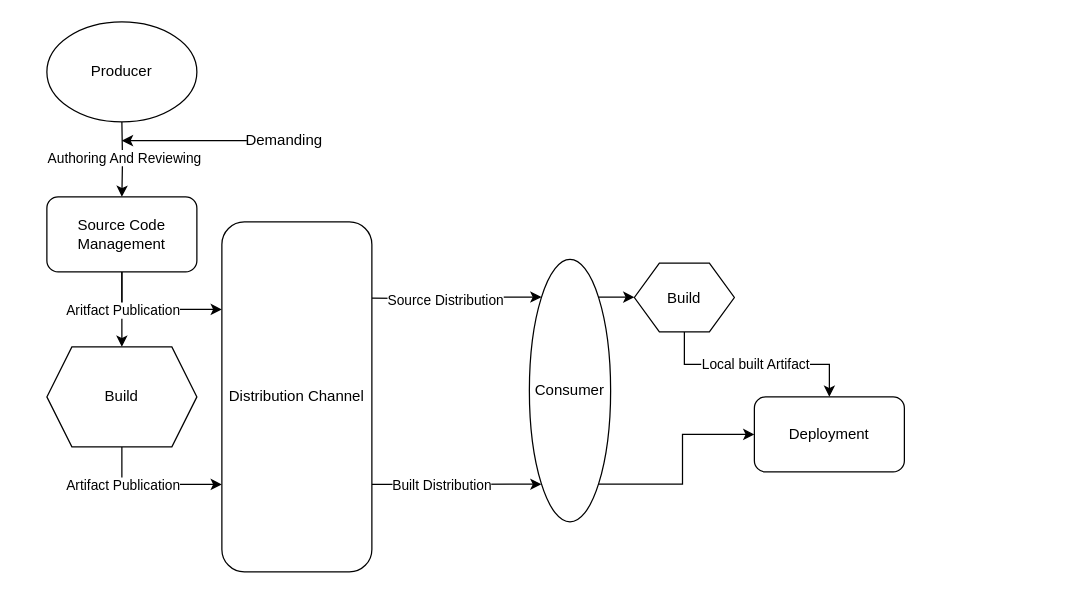
Earlier version of the draw.io diagram 供应链.drawio (npc1054657282/diagram). Source tidied: cells renumbered, new cells numbered last; positions are measured from the earlier drawing's top-left corner, leaving out a move shared by most shapes. Both pictures are drawn from the tidied source at 125%, with x=0, y=0 at pixel (46, 21).
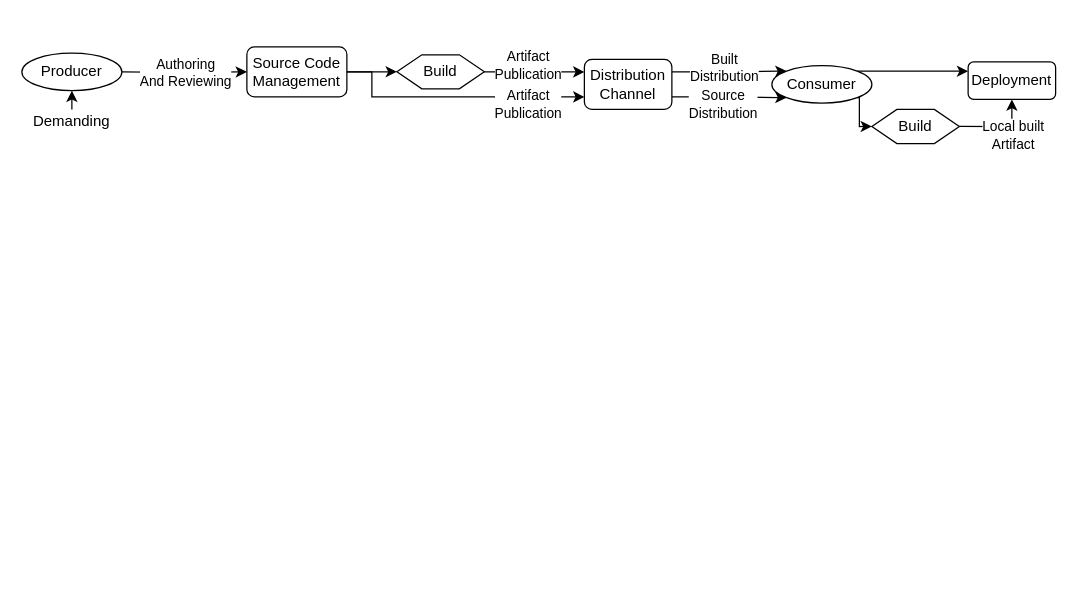
After the change.

Commit message:
更新供应链.drawio

What changed in the source:
```diff
@@
-    <mxCell id="2" style="edgeStyle=orthogonalEdgeStyle;rounded=0;jettySize=auto;html=1;exitX=0.5;exitY=1;exitDx=0;exitDy=0;entryX=0.5;entryY=0;entryDx=0;entryDy=0;" parent="1" edge="1" target="7">
-      <mxGeometry relative="1" as="geometry">
-        <mxPoint x="60" y="80" as="sourcePoint" />
-      </mxGeometry>
-    </mxCell>
-    <mxCell id="3" value="Authoring And Reviewing" style="edgeLabel;html=1;align=center;verticalAlign=middle;" parent="2" vertex="1">
-      <mxGeometry x="-0.05" y="1" relative="1" as="geometry" />
-    </mxCell>
-    <mxCell id="4" style="edgeStyle=orthogonalEdgeStyle;rounded=0;jettySize=auto;html=1;exitX=0.5;exitY=1;exitDx=0;exitDy=0;entryX=0.5;entryY=0;entryDx=0;entryDy=0;" parent="1" edge="1" source="7" target="12">
+    <mxCell id="4" style="edgeStyle=orthogonalEdgeStyle;rounded=0;jettySize=auto;html=1;exitX=1;exitY=0.5;exitDx=0;exitDy=0;entryX=0;entryY=0.5;entryDx=0;entryDy=0;" parent="1" edge="1" source="7" target="12">
       <mxGeometry relative="1" as="geometry" />
     </mxCell>
-    <mxCell id="5" style="edgeStyle=orthogonalEdgeStyle;rounded=0;jettySize=auto;html=1;exitX=0.5;exitY=1;exitDx=0;exitDy=0;entryX=0;entryY=0.25;entryDx=0;entryDy=0;" parent="1" edge="1" source="7" target="17">
-      <mxGeometry relative="1" as="geometry" />
+    <mxCell id="5" style="edgeStyle=orthogonalEdgeStyle;rounded=0;jettySize=auto;html=1;exitX=1;exitY=0.5;exitDx=0;exitDy=0;entryX=0;entryY=0.75;entryDx=0;entryDy=0;" parent="1" edge="1" source="7" target="17">
+      <mxGeometry relative="1" as="geometry">
+        <Array as="points">
+          <mxPoint x="260" y="40" />
+          <mxPoint x="260" y="60" />
+        </Array>
+      </mxGeometry>
     </mxCell>
-    <mxCell id="6" value="Aritfact Publication" style="edgeLabel;html=1;align=center;verticalAlign=middle;" parent="5" vertex="1">
-      <mxGeometry x="0.09" y="-1" relative="1" as="geometry">
-        <mxPoint x="-30" y="-1" as="offset" />
-      </mxGeometry>
-    </mxCell>
     <mxCell id="7" value="Source Code Management" style="rounded=1;whiteSpace=wrap;html=1;" parent="1" vertex="1">
-      <mxGeometry y="140" width="120" height="60" as="geometry" />
+      <mxGeometry x="160" y="20" width="80" height="40" as="geometry" />
     </mxCell>
-    <mxCell id="8" style="edgeStyle=orthogonalEdgeStyle;rounded=0;jettySize=auto;html=1;exitX=0;exitY=0.5;exitDx=0;exitDy=0;" parent="1" edge="1" source="9">
-      <mxGeometry relative="1" as="geometry">
-        <mxPoint x="60" y="95" as="targetPoint" />
-      </mxGeometry>
-    </mxCell>
+    <mxCell id="26" style="edgeStyle=orthogonalEdgeStyle;rounded=0;jettySize=auto;html=1;exitX=0.5;exitY=0;exitDx=0;exitDy=0;entryX=0.5;entryY=1;entryDx=0;entryDy=0;" parent="1" edge="1" source="9" target="21">
+      <mxGeometry relative="1" as="geometry" />
+    </mxCell>
     <mxCell id="9" value="Demanding" style="text;html=1;whiteSpace=wrap;strokeColor=none;fillColor=none;align=center;verticalAlign=middle;rounded=0;" parent="1" vertex="1">
-      <mxGeometry x="160" y="80" width="60" height="30" as="geometry" />
+      <mxGeometry x="-10" y="70" width="60" height="20" as="geometry" />
     </mxCell>
-    <mxCell id="10" style="edgeStyle=orthogonalEdgeStyle;rounded=0;jettySize=auto;html=1;exitX=0.5;exitY=1;exitDx=0;exitDy=0;entryX=0;entryY=0.75;entryDx=0;entryDy=0;" parent="1" edge="1" source="12" target="17">
-      <mxGeometry relative="1" as="geometry">
-        <Array as="points">
-          <mxPoint x="60" y="370" />
-        </Array>
-      </mxGeometry>
+    <mxCell id="10" style="edgeStyle=orthogonalEdgeStyle;rounded=0;jettySize=auto;html=1;exitX=1;exitY=0.5;exitDx=0;exitDy=0;entryX=0;entryY=0.25;entryDx=0;entryDy=0;" parent="1" edge="1" source="12" target="17">
+      <mxGeometry relative="1" as="geometry" />
     </mxCell>
-    <mxCell id="11" value="Artifact Publication" style="edgeLabel;html=1;align=center;verticalAlign=middle;" parent="10" vertex="1">
-      <mxGeometry x="0.14" y="-1" relative="1" as="geometry">
-        <mxPoint x="-33" y="-1" as="offset" />
-      </mxGeometry>
-    </mxCell>
+    <mxCell id="27" value="Artifact&lt;br&gt;Publication" style="edgeLabel;html=1;align=center;verticalAlign=middle;" parent="10" vertex="1">
+      <mxGeometry x="-0.16" y="1" relative="1" as="geometry">
+        <mxPoint y="-4" as="offset" />
+      </mxGeometry>
+    </mxCell>
     <mxCell id="12" value="Build" style="shape=hexagon;perimeter=hexagonPerimeter2;whiteSpace=wrap;html=1;fixedSize=1;" parent="1" vertex="1">
-      <mxGeometry y="260" width="120" height="80" as="geometry" />
+      <mxGeometry x="280" y="26.3" width="70" height="27.3" as="geometry" />
     </mxCell>
-    <mxCell id="13" style="edgeStyle=orthogonalEdgeStyle;rounded=0;jettySize=auto;html=1;exitX=1;exitY=0.25;exitDx=0;exitDy=0;entryX=0;entryY=1;entryDx=0;entryDy=0;" parent="1" edge="1" target="24">
-      <mxGeometry relative="1" as="geometry">
-        <mxPoint x="260" y="221" as="sourcePoint" />
-      </mxGeometry>
-    </mxCell>
+    <mxCell id="28" style="edgeStyle=orthogonalEdgeStyle;rounded=0;jettySize=auto;html=1;exitX=1;exitY=0.25;exitDx=0;exitDy=0;entryX=0;entryY=0;entryDx=0;entryDy=0;" parent="1" edge="1" source="17" target="24">
+      <mxGeometry relative="1" as="geometry" />
+    </mxCell>
+    <mxCell id="16" value="Built&lt;div&gt;Distribution&lt;/div&gt;" style="edgeLabel;html=1;align=center;verticalAlign=middle;" parent="28" vertex="1">
+      <mxGeometry x="-0.14" y="1" relative="1" as="geometry">
+        <mxPoint x="2" y="-4" as="offset" />
+      </mxGeometry>
+    </mxCell>
+    <mxCell id="29" style="edgeStyle=orthogonalEdgeStyle;rounded=0;jettySize=auto;html=1;exitX=1;exitY=0.75;exitDx=0;exitDy=0;entryX=0;entryY=1;entryDx=0;entryDy=0;" parent="1" edge="1" source="17" target="24">
+      <mxGeometry relative="1" as="geometry" />
+    </mxCell>
+    <mxCell id="17" value="Distribution&lt;br&gt;Channel" style="rounded=1;whiteSpace=wrap;html=1;rotation=0;" parent="1" vertex="1">
+      <mxGeometry x="430" y="30" width="70" height="40" as="geometry" />
+    </mxCell>
+    <mxCell id="30" style="edgeStyle=orthogonalEdgeStyle;rounded=0;jettySize=auto;html=1;exitX=1;exitY=0.5;exitDx=0;exitDy=0;entryX=0;entryY=0.5;entryDx=0;entryDy=0;" parent="1" edge="1" target="7">
+      <mxGeometry relative="1" as="geometry">
+        <mxPoint x="60" y="40" as="sourcePoint" />
+      </mxGeometry>
+    </mxCell>
+    <mxCell id="23" style="edgeStyle=orthogonalEdgeStyle;rounded=0;jettySize=auto;html=1;exitX=1;exitY=0;exitDx=0;exitDy=0;entryX=0;entryY=0.25;entryDx=0;entryDy=0;" parent="1" edge="1" source="24" target="25">
+      <mxGeometry relative="1" as="geometry" />
+    </mxCell>
+    <mxCell id="22" style="edgeStyle=orthogonalEdgeStyle;rounded=0;jettySize=auto;html=1;exitX=1;exitY=1;exitDx=0;exitDy=0;entryX=0;entryY=0.5;entryDx=0;entryDy=0;" parent="1" edge="1" source="24" target="20">
+      <mxGeometry relative="1" as="geometry">
+        <Array as="points">
+          <mxPoint x="650" y="60" />
+          <mxPoint x="650" y="84" />
+        </Array>
+      </mxGeometry>
+    </mxCell>
+    <mxCell id="24" value="Consumer" style="ellipse;whiteSpace=wrap;html=1;rotation=0;" parent="1" vertex="1">
+      <mxGeometry x="580" y="35" width="80" height="30" as="geometry" />
+    </mxCell>
+    <mxCell id="3" value="&lt;font&gt;Authoring &lt;br&gt;And Reviewing&lt;/font&gt;" style="edgeLabel;html=1;align=center;verticalAlign=middle;" parent="1" vertex="1">
+      <mxGeometry x="110" y="40" as="geometry" />
+    </mxCell>
+    <mxCell id="21" value="Producer" style="ellipse;whiteSpace=wrap;html=1;rotation=0;" parent="1" vertex="1">
+      <mxGeometry x="-20" y="25" width="80" height="30" as="geometry" />
+    </mxCell>
+    <mxCell id="31" value="Artifact&lt;br&gt;Publication" style="edgeLabel;html=1;align=center;verticalAlign=middle;" parent="1" vertex="1">
+      <mxGeometry x="384" y="65" as="geometry" />
+    </mxCell>
+    <mxCell id="25" value="Deployment" style="rounded=1;whiteSpace=wrap;html=1;" parent="1" vertex="1">
+      <mxGeometry x="737" y="32" width="70" height="30" as="geometry" />
+    </mxCell>
-    <mxCell id="14" value="Source Distribution" style="edgeLabel;html=1;align=center;verticalAlign=middle;" parent="13" vertex="1">
-      <mxGeometry x="-0.14" y="-1" relative="1" as="geometry" />
+    <mxCell id="14" value="Source&lt;br&gt;&lt;div&gt;Distribution&lt;/div&gt;" style="edgeLabel;html=1;align=center;verticalAlign=middle;" parent="1" vertex="1">
+      <mxGeometry x="540" y="65" as="geometry" />
     </mxCell>
-    <mxCell id="15" style="edgeStyle=orthogonalEdgeStyle;rounded=0;jettySize=auto;html=1;exitX=1;exitY=0.75;exitDx=0;exitDy=0;entryX=1;entryY=1;entryDx=0;entryDy=0;" parent="1" edge="1" source="17" target="24">
-      <mxGeometry relative="1" as="geometry" />
-    </mxCell>
-    <mxCell id="16" value="Built Distribution" style="edgeLabel;html=1;align=center;verticalAlign=middle;" parent="15" vertex="1">
-      <mxGeometry x="-0.12" relative="1" as="geometry">
-        <mxPoint x="-5" as="offset" />
-      </mxGeometry>
-    </mxCell>
-    <mxCell id="17" value="Distribution Channel" style="rounded=1;whiteSpace=wrap;html=1;" parent="1" vertex="1">
-      <mxGeometry x="140" y="160" width="120" height="280" as="geometry" />
-    </mxCell>
-    <mxCell id="18" style="edgeStyle=orthogonalEdgeStyle;rounded=0;jettySize=auto;html=1;exitX=0.5;exitY=1;exitDx=0;exitDy=0;" parent="1" edge="1" source="20" target="25">
+    <mxCell id="18" style="edgeStyle=orthogonalEdgeStyle;rounded=0;jettySize=auto;html=1;exitX=1;exitY=0.5;exitDx=0;exitDy=0;entryX=0.5;entryY=1;entryDx=0;entryDy=0;" parent="1" edge="1" source="20" target="25">
       <mxGeometry relative="1" as="geometry" />
     </mxCell>
+    <mxCell id="20" value="Build" style="shape=hexagon;perimeter=hexagonPerimeter2;whiteSpace=wrap;html=1;fixedSize=1;" parent="1" vertex="1">
+      <mxGeometry x="660" y="70" width="70" height="27.3" as="geometry" />
+    </mxCell>
-    <mxCell id="19" value="Local built Artifact" style="edgeLabel;html=1;align=center;verticalAlign=middle;" parent="18" vertex="1">
-      <mxGeometry x="-0.02" y="1" relative="1" as="geometry" />
+    <mxCell id="19" value="Local built &lt;br&gt;Artifact" style="edgeLabel;html=1;align=center;verticalAlign=middle;" parent="1" vertex="1">
+      <mxGeometry x="772" y="93" as="geometry">
+        <mxPoint y="-3" as="offset" />
+      </mxGeometry>
     </mxCell>
-    <mxCell id="20" value="Build" style="shape=hexagon;perimeter=hexagonPerimeter2;whiteSpace=wrap;html=1;fixedSize=1;" parent="1" vertex="1">
-      <mxGeometry x="470" y="193" width="80" height="55" as="geometry" />
-    </mxCell>
-    <mxCell id="21" value="Producer" style="ellipse;whiteSpace=wrap;html=1;" parent="1" vertex="1">
-      <mxGeometry width="120" height="80" as="geometry" />
-    </mxCell>
-    <mxCell id="22" style="edgeStyle=orthogonalEdgeStyle;rounded=0;jettySize=auto;html=1;exitX=0;exitY=0;exitDx=0;exitDy=0;entryX=0;entryY=0.5;entryDx=0;entryDy=0;" parent="1" edge="1" source="24" target="20">
-      <mxGeometry relative="1" as="geometry" />
-    </mxCell>
-    <mxCell id="23" style="edgeStyle=orthogonalEdgeStyle;rounded=0;jettySize=auto;html=1;exitX=1;exitY=0;exitDx=0;exitDy=0;entryX=0;entryY=0.5;entryDx=0;entryDy=0;" parent="1" edge="1" source="24" target="25">
-      <mxGeometry relative="1" as="geometry" />
-    </mxCell>
-    <mxCell id="24" value="Consumer" style="ellipse;whiteSpace=wrap;html=1;direction=south;" parent="1" vertex="1">
-      <mxGeometry x="386" y="190" width="65" height="210" as="geometry" />
-    </mxCell>
-    <mxCell id="25" value="Deployment" style="rounded=1;whiteSpace=wrap;html=1;" parent="1" vertex="1">
-      <mxGeometry x="566" y="300" width="120" height="60" as="geometry" />
-    </mxCell>
```
